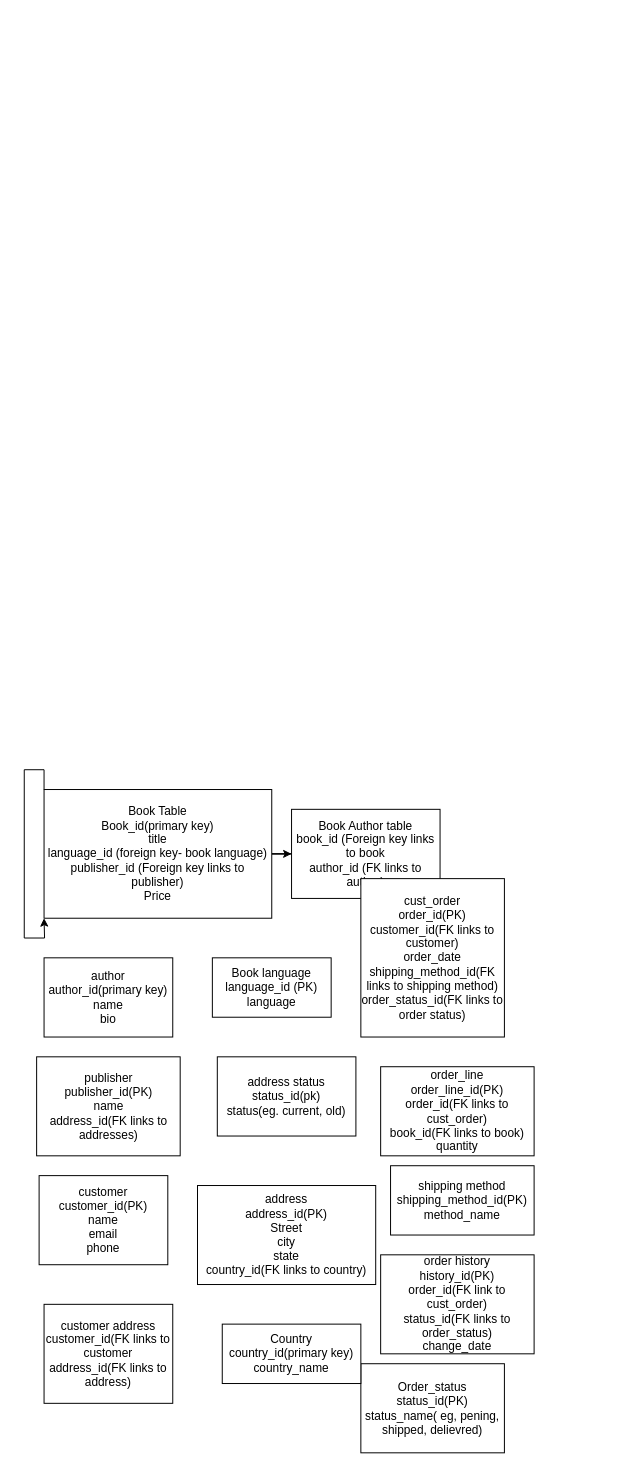
Above: Bookstore.drawio in Kesa1203/GroupProject_Bookstore (draw.io), before the change. Source tidied: cells renumbered, new cells numbered last; positions are measured from the earlier drawing's top-left corner, leaving out a move shared by most shapes. Both pictures are drawn from the tidied source at 99%, with x=0, y=0 at pixel (36, 789).
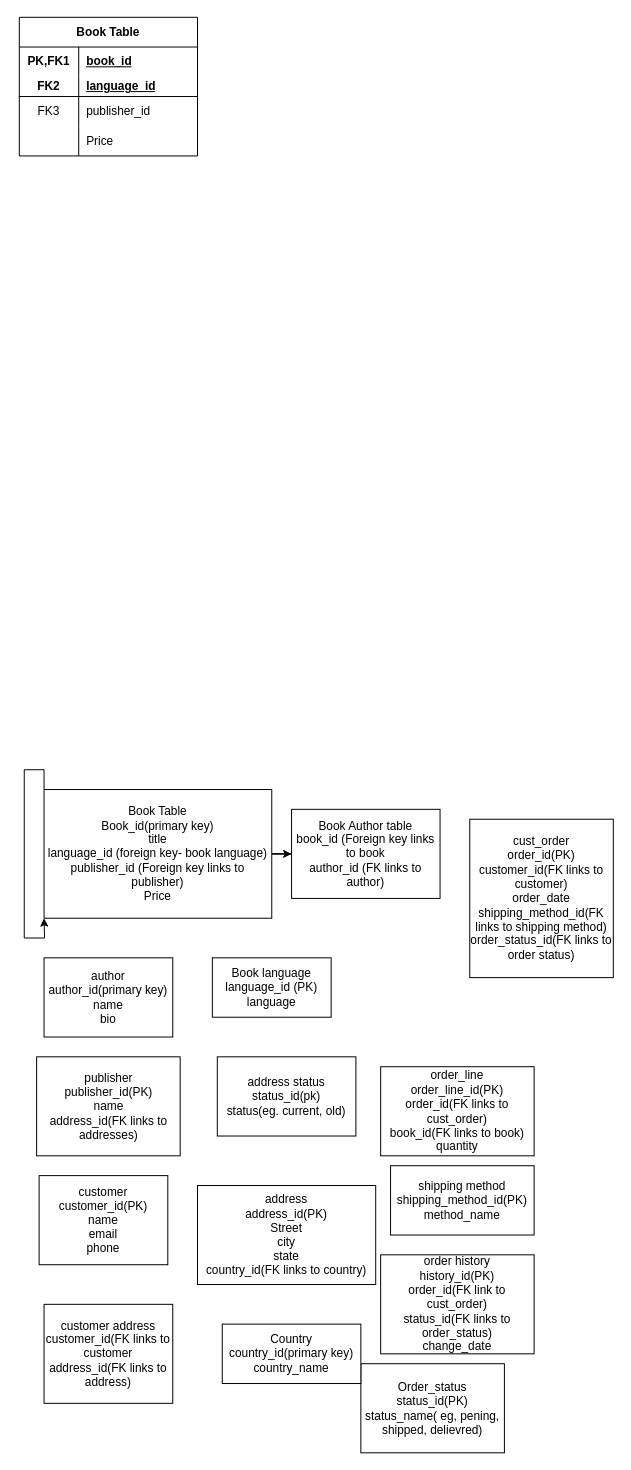
The same page after the edit.

Change to the diagram source:
```diff
@@
     <mxCell id="11" value="cust_order&lt;div&gt;order_id(PK)&lt;/div&gt;&lt;div&gt;customer_id(FK links to customer)&lt;/div&gt;&lt;div&gt;order_date&lt;/div&gt;&lt;div&gt;shipping_method_id(FK links to shipping method)&lt;/div&gt;&lt;div&gt;order_status_id(FK links to order status)&lt;/div&gt;" style="rounded=0;whiteSpace=wrap;html=1;" parent="1" vertex="1">
-      <mxGeometry x="328" y="90" width="145" height="160" as="geometry" />
+      <mxGeometry x="438" y="30" width="145" height="160" as="geometry" />
     </mxCell>
@@
+    <mxCell id="19" value="Book Table" style="shape=table;startSize=30;childLayout=tableLayout;rowLines=0;fontStyle=1;align=center;html=1;whiteSpace=wrap;" parent="1" vertex="1">
+      <mxGeometry x="-17" y="-780" width="180" height="140" as="geometry" />
+    </mxCell>
+    <mxCell id="20" style="shape=tableRow;horizontal=0;startSize=0;swimlaneHead=0;swimlaneBody=0;fillColor=none;top=0;left=0;right=0;bottom=0;html=1;" parent="19" vertex="1">
+      <mxGeometry y="30" width="180" height="30" as="geometry" />
+    </mxCell>
+    <mxCell id="21" value="PK,FK1" style="shape=partialRectangle;fillColor=none;top=0;left=0;bottom=0;right=0;fontStyle=1;overflow=hidden;html=1;whiteSpace=wrap;" parent="20" vertex="1">
+      <mxGeometry width="60" height="30" as="geometry" />
+    </mxCell>
+    <mxCell id="22" value="book_id" style="shape=partialRectangle;fillColor=none;top=0;left=0;bottom=0;right=0;align=left;spacingLeft=6;fontStyle=5;overflow=hidden;html=1;whiteSpace=wrap;" parent="20" vertex="1">
+      <mxGeometry x="60" width="120" height="30" as="geometry" />
+    </mxCell>
+    <mxCell id="23" style="shape=tableRow;horizontal=0;startSize=0;swimlaneHead=0;swimlaneBody=0;fillColor=none;top=0;left=0;right=0;bottom=1;html=1;" parent="19" vertex="1">
+      <mxGeometry y="60" width="180" height="20" as="geometry" />
+    </mxCell>
+    <mxCell id="24" value="FK2" style="shape=partialRectangle;fillColor=none;top=0;left=0;bottom=0;right=0;fontStyle=1;overflow=hidden;html=1;whiteSpace=wrap;" parent="23" vertex="1">
+      <mxGeometry width="60" height="20" as="geometry" />
+    </mxCell>
+    <mxCell id="25" value="language_id" style="shape=partialRectangle;fillColor=none;top=0;left=0;bottom=0;right=0;align=left;spacingLeft=6;fontStyle=5;overflow=hidden;html=1;whiteSpace=wrap;" parent="23" vertex="1">
+      <mxGeometry x="60" width="120" height="20" as="geometry" />
+    </mxCell>
+    <mxCell id="26" style="shape=tableRow;horizontal=0;startSize=0;swimlaneHead=0;swimlaneBody=0;fillColor=none;top=0;left=0;right=0;bottom=0;html=1;" parent="19" vertex="1">
+      <mxGeometry y="80" width="180" height="30" as="geometry" />
+    </mxCell>
+    <mxCell id="27" value="FK3" style="shape=partialRectangle;fillColor=none;top=0;left=0;bottom=0;right=0;overflow=hidden;html=1;whiteSpace=wrap;" parent="26" vertex="1">
+      <mxGeometry width="60" height="30" as="geometry" />
+    </mxCell>
+    <mxCell id="28" value="publisher_id" style="shape=partialRectangle;fillColor=none;top=0;left=0;bottom=0;right=0;align=left;spacingLeft=6;overflow=hidden;html=1;whiteSpace=wrap;" parent="26" vertex="1">
+      <mxGeometry x="60" width="120" height="30" as="geometry" />
+    </mxCell>
+    <mxCell id="29" style="shape=tableRow;horizontal=0;startSize=0;swimlaneHead=0;swimlaneBody=0;fillColor=none;top=0;left=0;right=0;bottom=0;html=1;" parent="19" vertex="1">
+      <mxGeometry y="110" width="180" height="30" as="geometry" />
+    </mxCell>
+    <mxCell id="30" style="shape=partialRectangle;fillColor=none;top=0;left=0;bottom=0;right=0;overflow=hidden;html=1;whiteSpace=wrap;" parent="29" vertex="1">
+      <mxGeometry width="60" height="30" as="geometry" />
+    </mxCell>
+    <mxCell id="31" value="Price" style="shape=partialRectangle;fillColor=none;top=0;left=0;bottom=0;right=0;align=left;spacingLeft=6;overflow=hidden;html=1;whiteSpace=wrap;" parent="29" vertex="1">
+      <mxGeometry x="60" width="120" height="30" as="geometry" />
+    </mxCell>
```
